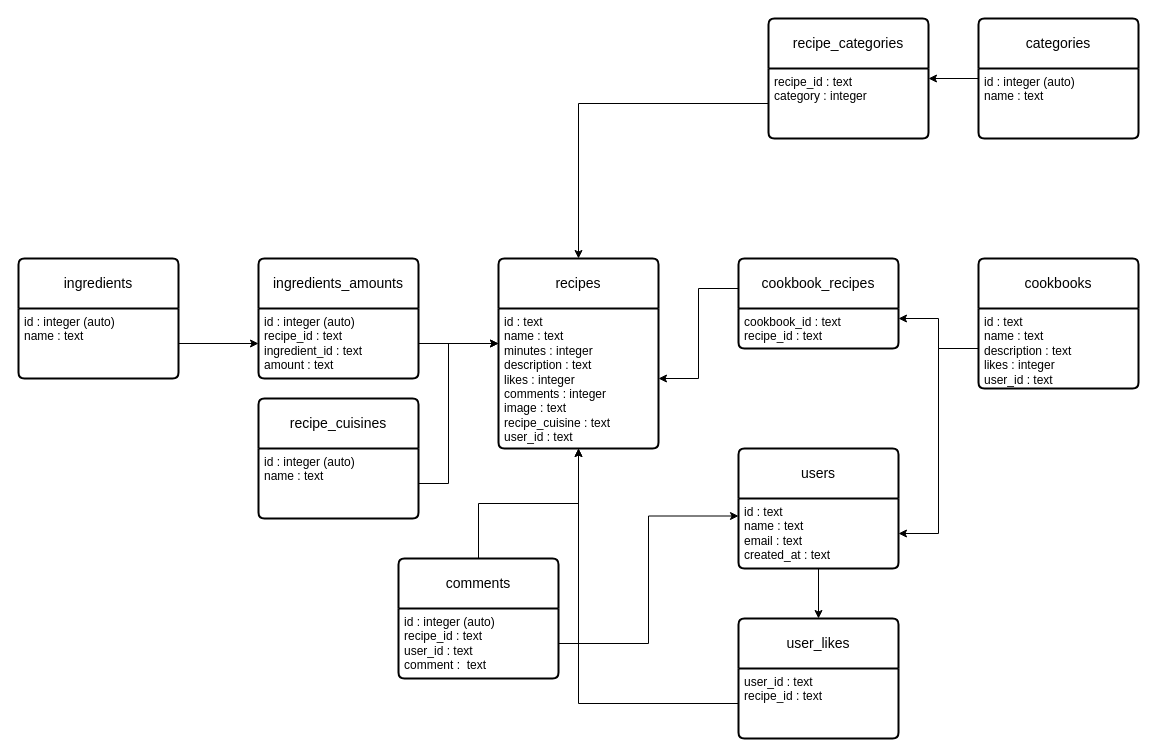
The draw.io diagram Untitled Diagram.drawio in Mylos97/opskrifter-backend, before the edit. Source tidied: cells renumbered, new cells numbered last; positions are measured from the earlier drawing's top-left corner, leaving out a move shared by most shapes. Both pictures are drawn from the tidied source at 100%, with x=0, y=0 at pixel (18, 18).
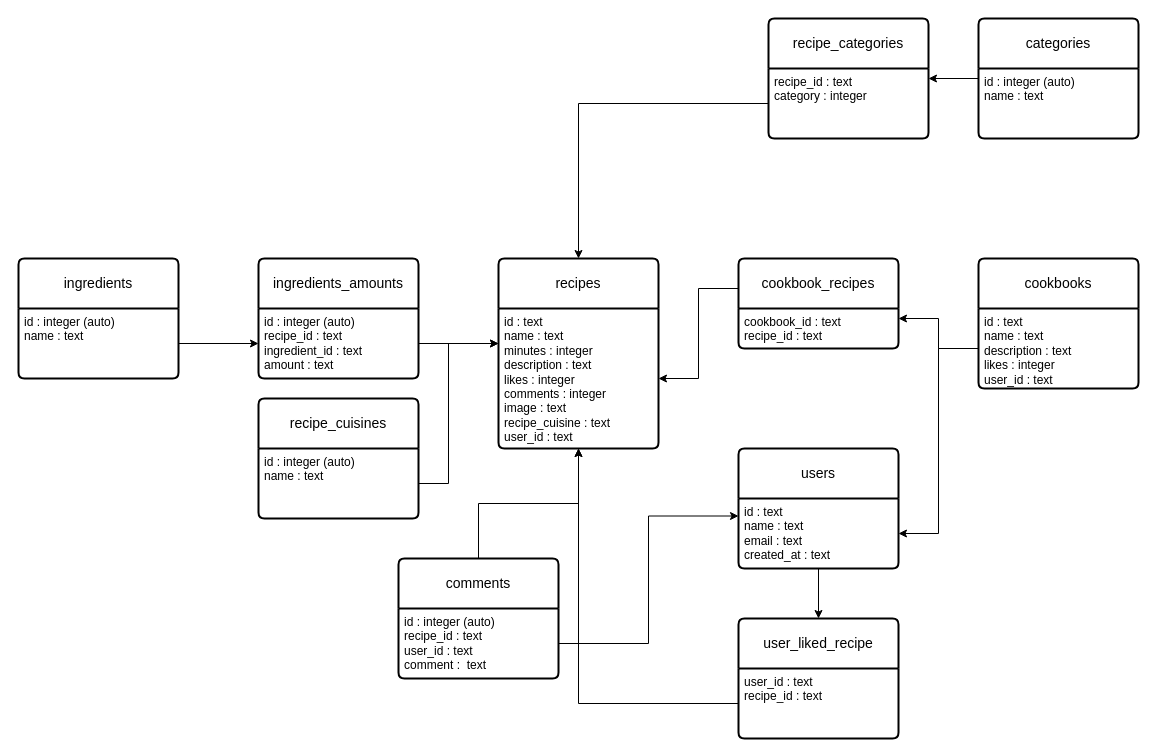
The same page after the edit.

What changed in the source:
```diff
@@
-    <mxCell id="25" value="user_likes" style="swimlane;horizontal=1;startSize=50;rounded=1;fontSize=14;fontStyle=0;strokeWidth=2;shadow=0;dashed=0;align=center;arcSize=4;whiteSpace=wrap;html=1;" parent="1" vertex="1">
+    <mxCell id="25" value="user_liked_recipe" style="swimlane;horizontal=1;startSize=50;rounded=1;fontSize=14;fontStyle=0;strokeWidth=2;shadow=0;dashed=0;align=center;arcSize=4;whiteSpace=wrap;html=1;" parent="1" vertex="1">
       <mxGeometry x="720" y="600" width="160" height="120" as="geometry" />
     </mxCell>
```
